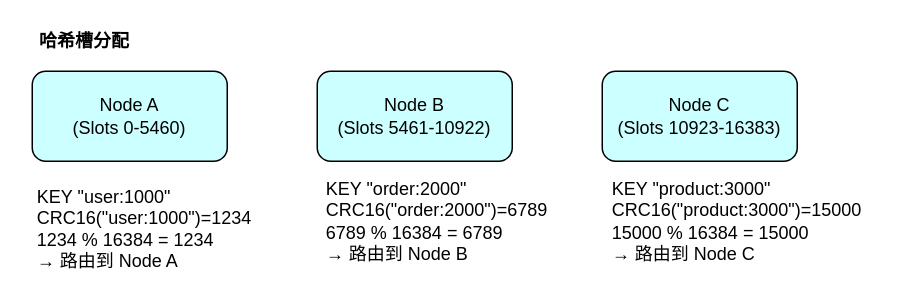
This is pocess_diagram/Redis集群模式.drawio from abigalexy/online_drawing, a draw.io file, before an edit. Source tidied: cells renumbered, new cells numbered last; positions are measured from the earlier drawing's top-left corner, leaving out a move shared by most shapes. Both pictures are drawn from the tidied source at 150%, with x=0, y=0 at pixel (32, 26).
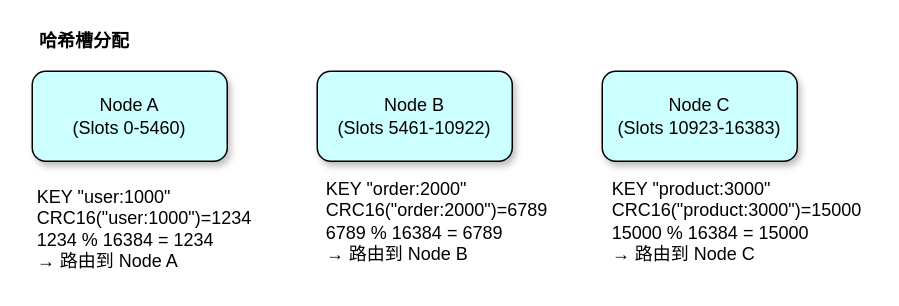
The same page after the edit.

Commit message:
更新Redis集群模式.drawio

Change to the diagram source:
```diff
@@
 <mxGraphModel>
   <root>
     <mxCell id="0" />
     <mxCell id="1" parent="0" />
     <mxCell id="2" value="&lt;b&gt;哈希槽分配&lt;/b&gt;" style="text;strokeColor=none;align=center;fillColor=none;html=1;verticalAlign=middle;whiteSpace=wrap;rounded=0;" parent="1" vertex="1">
       <mxGeometry width="70" height="20" as="geometry" />
     </mxCell>
     <mxCell id="3" value="&lt;div style=&quot;text-align: left;&quot;&gt;&lt;span style=&quot;background-color: transparent;&quot;&gt;KEY &quot;user:1000&quot;&lt;/span&gt;&lt;/div&gt;&lt;div style=&quot;text-align: left;&quot;&gt;&lt;span style=&quot;background-color: transparent;&quot;&gt;CRC16(&quot;user:1000&quot;)=1234&lt;/span&gt;&lt;/div&gt;&lt;div style=&quot;text-align: left;&quot;&gt;&lt;span style=&quot;background-color: transparent;&quot;&gt;1234 % 16384 = 1234&lt;/span&gt;&lt;/div&gt;&lt;div style=&quot;text-align: left;&quot;&gt;&lt;span style=&quot;background-color: transparent;&quot;&gt;→ 路由到 Node A&lt;/span&gt;&lt;/div&gt;" style="text;strokeColor=none;align=center;fillColor=none;html=1;verticalAlign=middle;whiteSpace=wrap;rounded=0;" parent="1" vertex="1">
       <mxGeometry y="100" width="150" height="70" as="geometry" />
     </mxCell>
     <mxCell id="4" value="&lt;div style=&quot;text-align: left;&quot;&gt;&lt;span style=&quot;background-color: transparent;&quot;&gt;KEY &quot;order:2000&quot;&lt;/span&gt;&lt;/div&gt;&lt;div&gt;&lt;div style=&quot;text-align: left;&quot;&gt;&lt;span style=&quot;background-color: transparent;&quot;&gt;CRC16(&quot;order:2000&quot;)=6789&lt;/span&gt;&lt;/div&gt;&lt;div style=&quot;text-align: left;&quot;&gt;&lt;span style=&quot;background-color: transparent;&quot;&gt;6789 % 16384 = 6789&lt;/span&gt;&lt;/div&gt;&lt;div style=&quot;text-align: left;&quot;&gt;&lt;span style=&quot;background-color: transparent;&quot;&gt;→ 路由到 Node B&lt;/span&gt;&lt;/div&gt;&lt;/div&gt;" style="text;strokeColor=none;align=center;fillColor=none;html=1;verticalAlign=middle;whiteSpace=wrap;rounded=0;" parent="1" vertex="1">
       <mxGeometry x="190" y="100" width="160" height="60" as="geometry" />
     </mxCell>
     <mxCell id="5" value="&lt;div style=&quot;text-align: left;&quot;&gt;&lt;span style=&quot;background-color: transparent;&quot;&gt;KEY &quot;product:3000&quot;&lt;/span&gt;&lt;/div&gt;&lt;div&gt;&lt;div style=&quot;text-align: left;&quot;&gt;&lt;span style=&quot;background-color: transparent;&quot;&gt;CRC16(&quot;product:3000&quot;)=15000&lt;/span&gt;&lt;/div&gt;&lt;div style=&quot;text-align: left;&quot;&gt;&lt;span style=&quot;background-color: transparent;&quot;&gt;15000 % 16384 = 15000&lt;/span&gt;&lt;/div&gt;&lt;div style=&quot;text-align: left;&quot;&gt;&lt;span style=&quot;background-color: transparent;&quot;&gt;→ 路由到 Node C&lt;/span&gt;&lt;/div&gt;&lt;/div&gt;" style="text;strokeColor=none;align=center;fillColor=none;html=1;verticalAlign=middle;whiteSpace=wrap;rounded=0;" parent="1" vertex="1">
       <mxGeometry x="380" y="100" width="180" height="60" as="geometry" />
     </mxCell>
-    <mxCell id="6" style="group;" parent="1" vertex="1">
-      <mxGeometry y="30" width="130" height="60" as="geometry" />
-    </mxCell>
-    <mxCell id="7" style="rounded=1;whiteSpace=wrap;html=1;fillColor=#CCFFFF;" parent="6" vertex="1">
-      <mxGeometry width="130" height="60" as="geometry" />
+    <mxCell id="7" style="rounded=1;whiteSpace=wrap;html=1;fillColor=#CCFFFF;shadow=1;" parent="1" vertex="1">
+      <mxGeometry y="30" width="130" height="60" as="geometry" />
     </mxCell>
-    <mxCell id="8" value="Node A&lt;div&gt;(Slots 0-5460)&lt;br&gt;&lt;/div&gt;" style="text;strokeColor=none;align=center;fillColor=none;html=1;verticalAlign=middle;whiteSpace=wrap;rounded=0;" parent="6" vertex="1">
-      <mxGeometry x="25" y="15" width="80" height="30" as="geometry" />
+    <mxCell id="8" value="Node A&lt;div&gt;(Slots 0-5460)&lt;br&gt;&lt;/div&gt;" style="text;strokeColor=none;align=center;fillColor=none;html=1;verticalAlign=middle;whiteSpace=wrap;rounded=0;" parent="1" vertex="1">
+      <mxGeometry x="25" y="45" width="80" height="30" as="geometry" />
     </mxCell>
-    <mxCell id="9" style="group;" parent="1" vertex="1">
-      <mxGeometry x="190" y="30" width="130" height="60" as="geometry" />
-    </mxCell>
-    <mxCell id="10" style="rounded=1;whiteSpace=wrap;html=1;fillColor=#CCFFFF;" parent="9" vertex="1">
-      <mxGeometry width="130" height="60" as="geometry" />
+    <mxCell id="10" style="rounded=1;whiteSpace=wrap;html=1;fillColor=#CCFFFF;shadow=1;" parent="1" vertex="1">
+      <mxGeometry x="190" y="30" width="130" height="60" as="geometry" />
     </mxCell>
-    <mxCell id="11" value="Node B&lt;div&gt;(Slots 5461-10922)&lt;br&gt;&lt;/div&gt;" style="text;strokeColor=none;align=center;fillColor=none;html=1;verticalAlign=middle;whiteSpace=wrap;rounded=0;" parent="9" vertex="1">
-      <mxGeometry x="10" y="10" width="110" height="40" as="geometry" />
+    <mxCell id="11" value="Node B&lt;div&gt;(Slots 5461-10922)&lt;br&gt;&lt;/div&gt;" style="text;strokeColor=none;align=center;fillColor=none;html=1;verticalAlign=middle;whiteSpace=wrap;rounded=0;" parent="1" vertex="1">
+      <mxGeometry x="200" y="40" width="110" height="40" as="geometry" />
     </mxCell>
-    <mxCell id="12" style="group;" parent="1" vertex="1">
-      <mxGeometry x="380" y="30" width="130" height="60" as="geometry" />
-    </mxCell>
-    <mxCell id="13" style="rounded=1;whiteSpace=wrap;html=1;fillColor=#CCFFFF;" parent="12" vertex="1">
-      <mxGeometry width="130" height="60" as="geometry" />
+    <mxCell id="13" style="rounded=1;whiteSpace=wrap;html=1;fillColor=#CCFFFF;shadow=1;" parent="1" vertex="1">
+      <mxGeometry x="380" y="30" width="130" height="60" as="geometry" />
     </mxCell>
-    <mxCell id="14" value="Node C&lt;div&gt;(Slots 10923-16383)&lt;br&gt;&lt;/div&gt;" style="text;strokeColor=none;align=center;fillColor=none;html=1;verticalAlign=middle;whiteSpace=wrap;rounded=0;" parent="12" vertex="1">
-      <mxGeometry x="5" y="15" width="120" height="30" as="geometry" />
+    <mxCell id="14" value="Node C&lt;div&gt;(Slots 10923-16383)&lt;br&gt;&lt;/div&gt;" style="text;strokeColor=none;align=center;fillColor=none;html=1;verticalAlign=middle;whiteSpace=wrap;rounded=0;" parent="1" vertex="1">
+      <mxGeometry x="385" y="45" width="120" height="30" as="geometry" />
     </mxCell>
   </root>
 </mxGraphModel>
```
